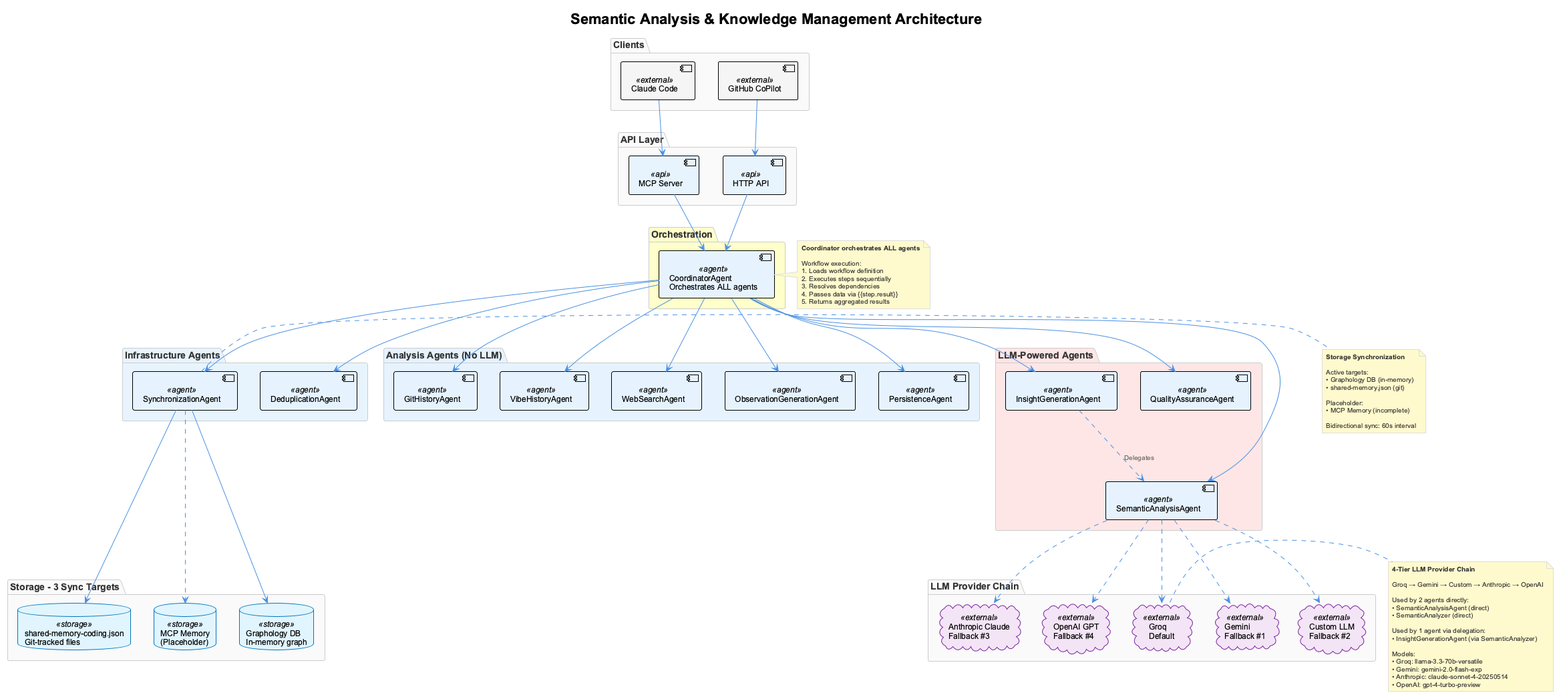
fwornle/coding keeps this PlantUML diagram as docs/images/unified-semantic-architecture.png. Above is the earlier version.
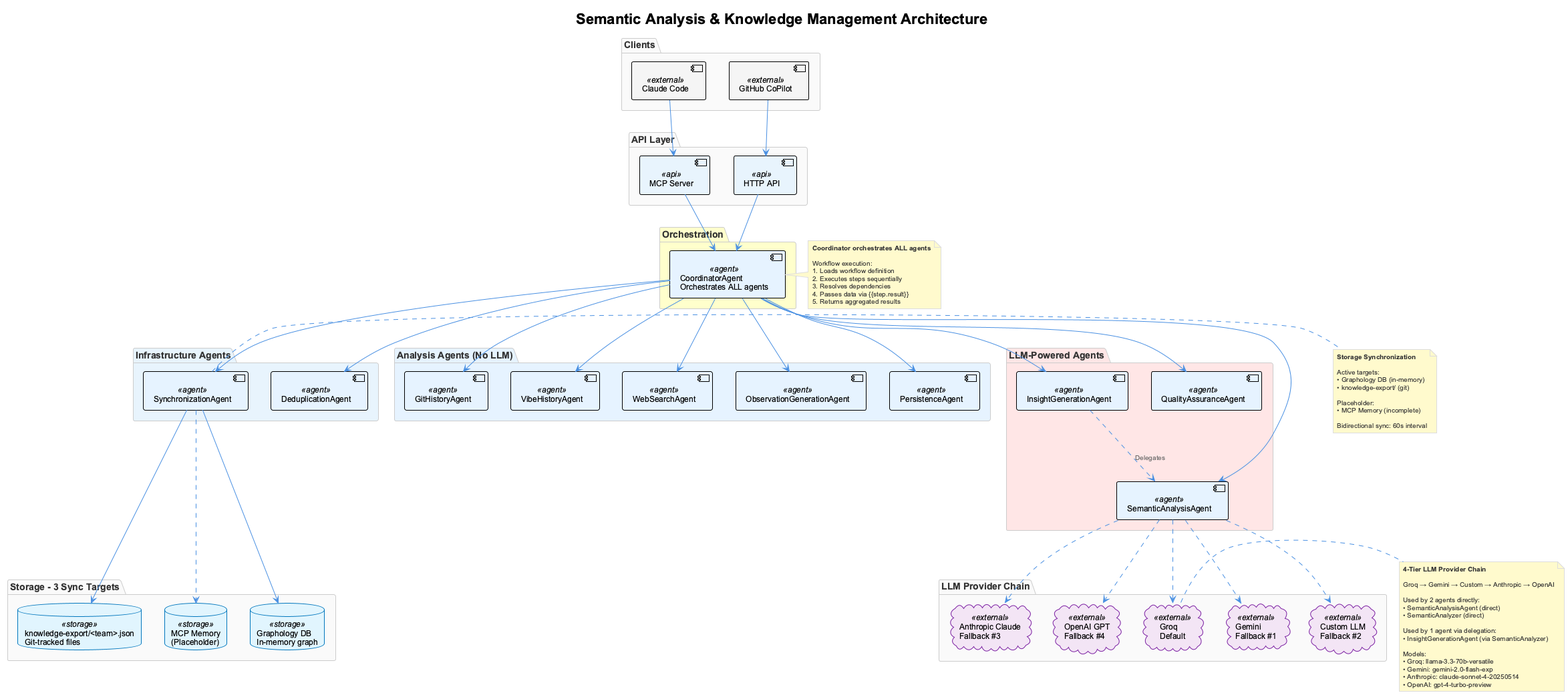
The same diagram one commit later.

Change to the diagram source:
```diff
@@ -40,7 +40,7 @@
 
 package "Storage - 3 Sync Targets" {
   database "Graphology DB\nIn-memory graph" <<storage>> as graphdb
-  database "shared-memory-coding.json\nGit-tracked files" <<storage>> as files
+  database "knowledge-export/<team>.json\nGit-tracked files" <<storage>> as files
   database "MCP Memory\n(Placeholder)" <<storage>> as mcpmem
 }
 
@@ -96,7 +96,7 @@
 
   Active targets:
   • Graphology DB (in-memory)
-  • shared-memory.json (git)
+  • knowledge-export/ (git)
 
   Placeholder:
   • MCP Memory (incomplete)
```
